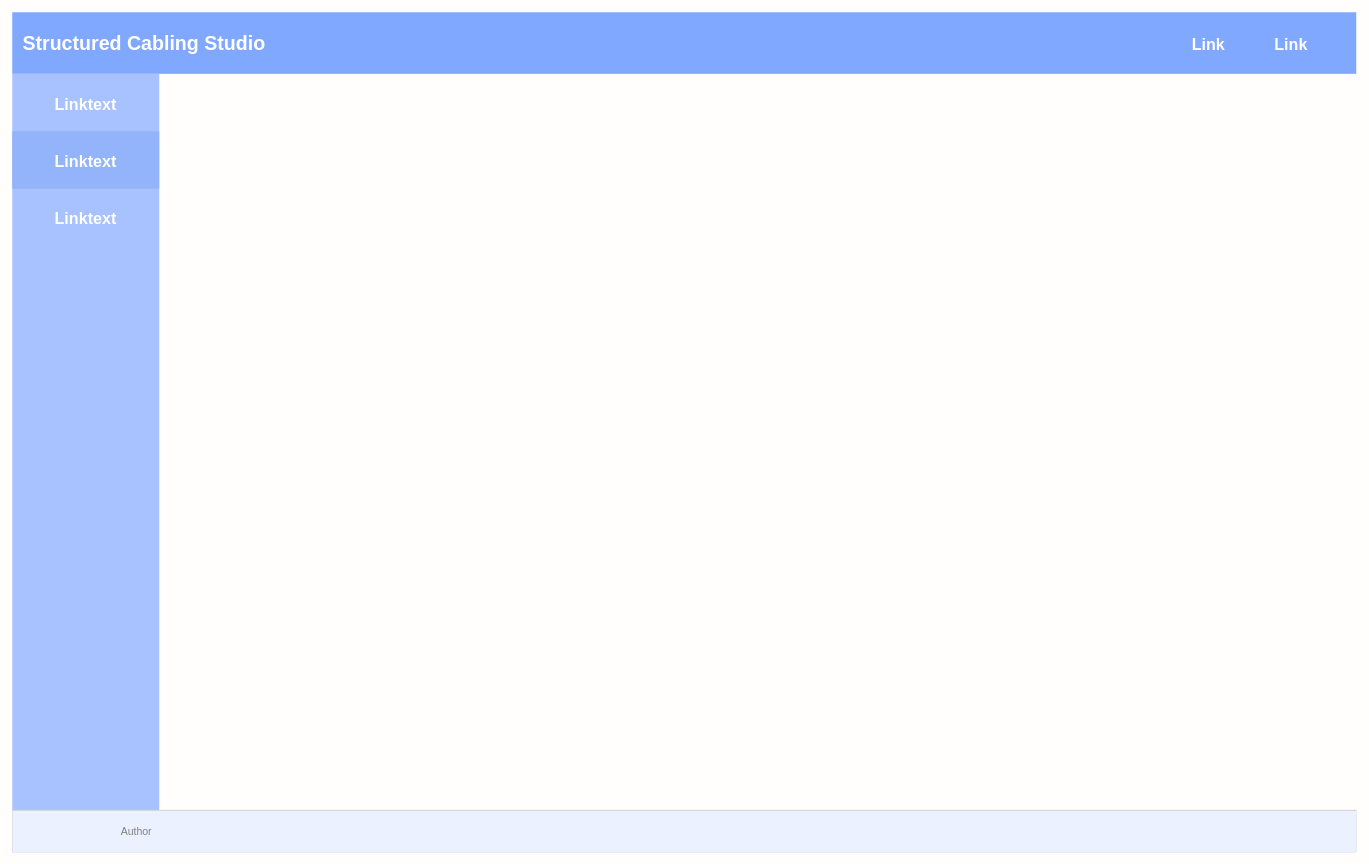
This is Mockups/_Layout_Mockup.drawio.xml from Rhoxolan/Structured-Cabling-Studio, a draw.io file, before an edit. Source tidied: cells renumbered, new cells numbered last; positions are measured from the earlier drawing's top-left corner, leaving out a move shared by most shapes. Both pictures are drawn from the tidied source at 70%, with x=0, y=0 at pixel (12, 12).
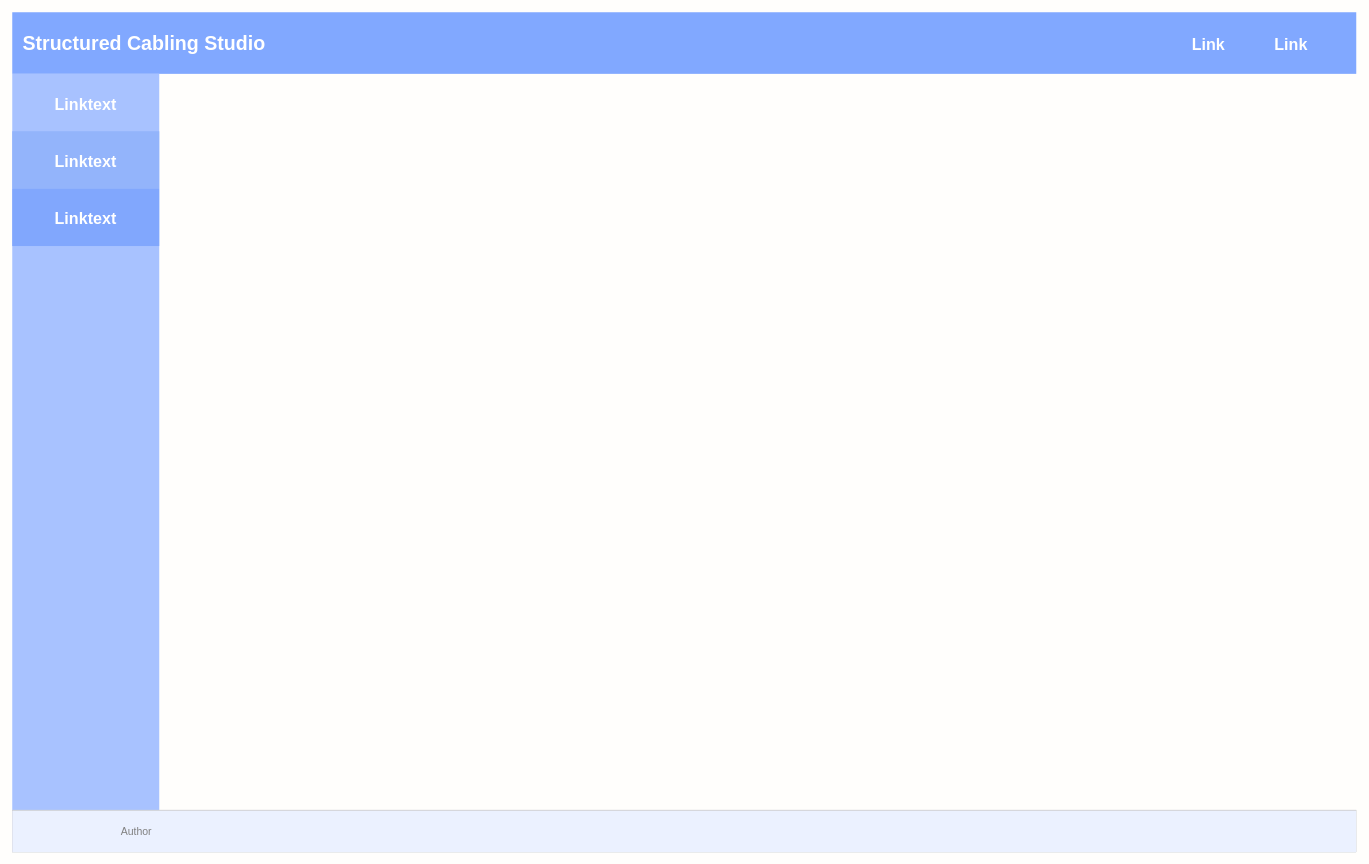
The same diagram, later.

Change to the diagram source:
```diff
@@
 <mxGraphModel background="#FFFEFC">
   <root>
     <mxCell id="0" />
     <mxCell id="1" parent="0" />
     <mxCell id="2" value="&lt;font size=&quot;1&quot; face=&quot;Neue Haas Grotesk Text Pro&quot;&gt;&lt;b style=&quot;font-size: 28px;&quot;&gt;Structured Cabling Studio&lt;/b&gt;&lt;/font&gt;" style="html=1;shadow=0;dashed=0;fillColor=#81A8FF;strokeColor=none;fontSize=16;fontColor=#ffffff;align=left;spacing=15;" parent="1" vertex="1">
       <mxGeometry width="1920" height="88" as="geometry" />
     </mxCell>
     <mxCell id="3" value="Link" style="fillColor=none;strokeColor=none;fontSize=23;fontColor=#ffffff;align=center;fontStyle=1;" parent="1" vertex="1">
       <mxGeometry x="1792" y="24" width="70" height="40" as="geometry" />
     </mxCell>
     <mxCell id="4" value="Link" style="fillColor=none;strokeColor=none;fontSize=23;fontColor=#ffffff;align=center;fontStyle=1;" parent="1" vertex="1">
       <mxGeometry x="1674" y="24" width="70" height="40" as="geometry" />
     </mxCell>
     <mxCell id="5" style="html=1;shadow=0;dashed=0;fillColor=#a8c2ff;strokeColor=none;fontSize=16;fontColor=#ffffff;align=left;spacing=15;" parent="1" vertex="1">
       <mxGeometry y="88" width="210" height="1052" as="geometry" />
     </mxCell>
     <mxCell id="6" value="Linktext" style="fillColor=none;strokeColor=none;fontSize=23;fontColor=#ffffff;align=center;fontStyle=1;labelBackgroundColor=none;labelBorderColor=none;" parent="1" vertex="1">
       <mxGeometry y="88" width="210" height="82" as="geometry" />
     </mxCell>
     <mxCell id="7" style="rounded=0;whiteSpace=wrap;html=1;strokeWidth=0;fillColor=#ebf1ff;" parent="1" vertex="1">
       <mxGeometry y="1140" width="1920" height="60" as="geometry" />
     </mxCell>
     <mxCell id="8" style="endArrow=none;html=1;rounded=0;exitX=0;exitY=0;exitDx=0;exitDy=0;entryX=1;entryY=0;entryDx=0;entryDy=0;strokeColor=#CFCFCF;" parent="1" edge="1" source="7" target="7">
       <mxGeometry relative="1" as="geometry" />
     </mxCell>
     <mxCell id="9" value="&lt;font color=&quot;#808080&quot; style=&quot;font-size: 15px;&quot;&gt;Author&lt;/font&gt;" style="text;html=1;strokeColor=none;fillColor=none;align=center;verticalAlign=middle;whiteSpace=wrap;rounded=0;fontColor=#E6E6E6;" parent="1" vertex="1">
       <mxGeometry x="140" y="1155" width="75" height="30" as="geometry" />
     </mxCell>
     <mxCell id="10" value="Linktext" style="fillColor=#93b4fb;strokeColor=none;fontSize=23;fontColor=#ffffff;align=center;fontStyle=1;labelBackgroundColor=none;labelBorderColor=none;" parent="1" vertex="1">
       <mxGeometry y="170" width="210" height="82" as="geometry" />
     </mxCell>
-    <mxCell id="11" value="Linktext" style="fillColor=none;strokeColor=none;fontSize=23;fontColor=#ffffff;align=center;fontStyle=1;labelBackgroundColor=none;labelBorderColor=none;" parent="1" vertex="1">
+    <mxCell id="11" value="Linktext" style="fillColor=#81A7FD;strokeColor=none;fontSize=23;fontColor=#ffffff;align=center;fontStyle=1;labelBackgroundColor=none;labelBorderColor=none;" parent="1" vertex="1">
       <mxGeometry y="252" width="210" height="82" as="geometry" />
     </mxCell>
   </root>
 </mxGraphModel>
```
